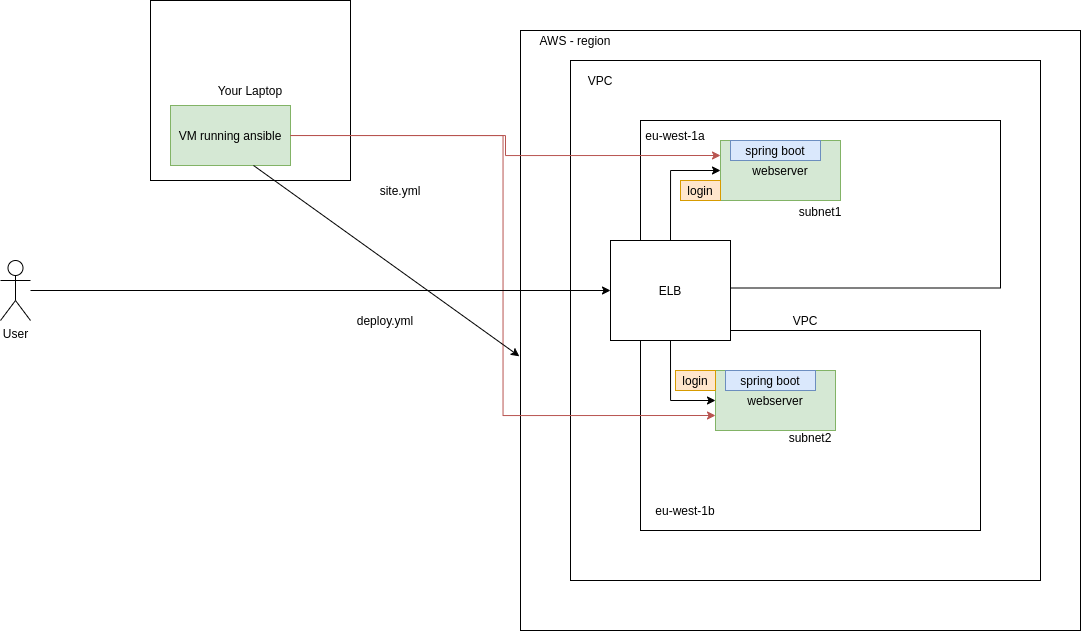
Earlier version of the draw.io export Setup.png (dev4cloud/ansible). Source tidied: cells renumbered, new cells last; positions are measured from the earlier drawing's top-left corner, leaving out a move shared by most shapes. Source of this version:
```xml
<mxGraphModel>
  <root>
    <mxCell id="0" />
    <mxCell id="1" parent="0" />
    <mxCell id="2" value="Your Laptop" style="rounded=0;whiteSpace=wrap;html=1;" parent="1" vertex="1">
      <mxGeometry x="150" width="200" height="180" as="geometry" />
    </mxCell>
    <mxCell id="3" value="VM running ansible" style="rounded=0;whiteSpace=wrap;html=1;fillColor=#d5e8d4;strokeColor=#82b366;" parent="1" vertex="1">
      <mxGeometry x="170" y="105" width="120" height="60" as="geometry" />
    </mxCell>
    <mxCell id="4" value="AWS" style="rounded=0;whiteSpace=wrap;html=1;" parent="1" vertex="1">
      <mxGeometry x="520" y="30" width="560" height="600" as="geometry" />
    </mxCell>
    <mxCell id="5" value="VPC" style="rounded=0;whiteSpace=wrap;html=1;" parent="1" vertex="1">
      <mxGeometry x="570" y="60" width="470" height="520" as="geometry" />
    </mxCell>
    <mxCell id="6" value="&lt;br&gt;subnet1" style="rounded=0;whiteSpace=wrap;html=1;" parent="1" vertex="1">
      <mxGeometry x="640" y="120" width="360" height="167.5" as="geometry" />
    </mxCell>
    <mxCell id="7" value="&lt;br&gt;subnet2" style="rounded=0;whiteSpace=wrap;html=1;" parent="1" vertex="1">
      <mxGeometry x="640" y="330" width="340" height="200" as="geometry" />
    </mxCell>
    <mxCell id="8" value="webserver" style="rounded=0;whiteSpace=wrap;html=1;fillColor=#d5e8d4;strokeColor=#82b366;" parent="1" vertex="1">
      <mxGeometry x="720" y="140" width="120" height="60" as="geometry" />
    </mxCell>
    <mxCell id="9" value="webserver" style="rounded=0;whiteSpace=wrap;html=1;fillColor=#d5e8d4;strokeColor=#82b366;" parent="1" vertex="1">
      <mxGeometry x="715" y="370" width="120" height="60" as="geometry" />
    </mxCell>
    <mxCell id="10" style="edgeStyle=orthogonalEdgeStyle;rounded=0;jettySize=auto;html=1;exitX=0.5;exitY=0;exitDx=0;exitDy=0;entryX=0;entryY=0.5;entryDx=0;entryDy=0;" parent="1" edge="1" source="12" target="8">
      <mxGeometry relative="1" as="geometry" />
    </mxCell>
    <mxCell id="11" style="edgeStyle=orthogonalEdgeStyle;rounded=0;jettySize=auto;html=1;exitX=0.5;exitY=1;exitDx=0;exitDy=0;entryX=0;entryY=0.5;entryDx=0;entryDy=0;" parent="1" edge="1" source="12" target="9">
      <mxGeometry relative="1" as="geometry" />
    </mxCell>
    <mxCell id="12" value="ELB" style="rounded=0;whiteSpace=wrap;html=1;" parent="1" vertex="1">
      <mxGeometry x="610" y="240" width="120" height="100" as="geometry" />
    </mxCell>
    <mxCell id="13" style="edgeStyle=orthogonalEdgeStyle;rounded=0;jettySize=auto;html=1;entryX=0;entryY=0.75;entryDx=0;entryDy=0;fillColor=#f8cecc;strokeColor=#b85450;" parent="1" edge="1" source="3" target="9">
      <mxGeometry relative="1" as="geometry" />
    </mxCell>
    <mxCell id="14" style="edgeStyle=orthogonalEdgeStyle;rounded=0;jettySize=auto;html=1;exitX=1;exitY=0.5;exitDx=0;exitDy=0;entryX=0;entryY=0.25;entryDx=0;entryDy=0;fillColor=#f8cecc;strokeColor=#b85450;" parent="1" edge="1" source="3" target="8">
      <mxGeometry relative="1" as="geometry" />
    </mxCell>
    <mxCell id="15" value="spring boot" style="rounded=0;whiteSpace=wrap;html=1;fillColor=#dae8fc;strokeColor=#6c8ebf;" parent="1" vertex="1">
      <mxGeometry x="730" y="140" width="90" height="20" as="geometry" />
    </mxCell>
    <mxCell id="16" value="spring boot" style="rounded=0;whiteSpace=wrap;html=1;fillColor=#dae8fc;strokeColor=#6c8ebf;" parent="1" vertex="1">
      <mxGeometry x="725" y="370" width="90" height="20" as="geometry" />
    </mxCell>
    <mxCell id="17" value="site.yml" style="text;html=1;strokeColor=none;fillColor=none;align=center;verticalAlign=middle;whiteSpace=wrap;rounded=0;" parent="1" vertex="1">
      <mxGeometry x="380" y="180" width="40" height="20" as="geometry" />
    </mxCell>
    <mxCell id="18" style="endArrow=classic;html=1;exitX=0.692;exitY=1;exitDx=0;exitDy=0;exitPerimeter=0;entryX=-0.002;entryY=0.543;entryDx=0;entryDy=0;entryPerimeter=0;" parent="1" edge="1" source="3" target="4">
      <mxGeometry relative="1" as="geometry" />
    </mxCell>
    <mxCell id="19" value="deploy.yml" style="text;html=1;strokeColor=none;fillColor=none;align=center;verticalAlign=middle;whiteSpace=wrap;rounded=0;" parent="1" vertex="1">
      <mxGeometry x="365" y="310" width="40" height="20" as="geometry" />
    </mxCell>
    <mxCell id="20" value="AWS - region" style="text;html=1;strokeColor=none;fillColor=none;align=center;verticalAlign=middle;whiteSpace=wrap;rounded=0;" parent="1" vertex="1">
      <mxGeometry x="520" y="30" width="110" height="20" as="geometry" />
    </mxCell>
    <mxCell id="21" value="VPC" style="text;html=1;strokeColor=none;fillColor=none;align=center;verticalAlign=middle;whiteSpace=wrap;rounded=0;" parent="1" vertex="1">
      <mxGeometry x="580" y="70" width="40" height="20" as="geometry" />
    </mxCell>
    <mxCell id="22" value="eu-west-1a" style="text;html=1;strokeColor=none;fillColor=none;align=center;verticalAlign=middle;whiteSpace=wrap;rounded=0;" parent="1" vertex="1">
      <mxGeometry x="630" y="125" width="90" height="20" as="geometry" />
    </mxCell>
    <mxCell id="23" value="eu-west-1b" style="text;html=1;strokeColor=none;fillColor=none;align=center;verticalAlign=middle;whiteSpace=wrap;rounded=0;" parent="1" vertex="1">
      <mxGeometry x="640" y="500" width="90" height="20" as="geometry" />
    </mxCell>
    <mxCell id="24" value="login" style="text;html=1;strokeColor=#d79b00;fillColor=#ffe6cc;align=center;verticalAlign=middle;whiteSpace=wrap;rounded=0;" parent="1" vertex="1">
      <mxGeometry x="680" y="180" width="40" height="20" as="geometry" />
    </mxCell>
    <mxCell id="25" value="login" style="text;html=1;strokeColor=#d79b00;fillColor=#ffe6cc;align=center;verticalAlign=middle;whiteSpace=wrap;rounded=0;" parent="1" vertex="1">
      <mxGeometry x="675" y="370" width="40" height="20" as="geometry" />
    </mxCell>
    <mxCell id="26" style="edgeStyle=orthogonalEdgeStyle;rounded=0;jettySize=auto;html=1;entryX=0;entryY=0.5;entryDx=0;entryDy=0;" parent="1" edge="1" source="27" target="12">
      <mxGeometry relative="1" as="geometry" />
    </mxCell>
    <mxCell id="27" value="User" style="shape=umlActor;verticalLabelPosition=bottom;labelBackgroundColor=#ffffff;verticalAlign=top;html=1;outlineConnect=0;" parent="1" vertex="1">
      <mxGeometry y="260" width="30" height="60" as="geometry" />
    </mxCell>
  </root>
</mxGraphModel>
```
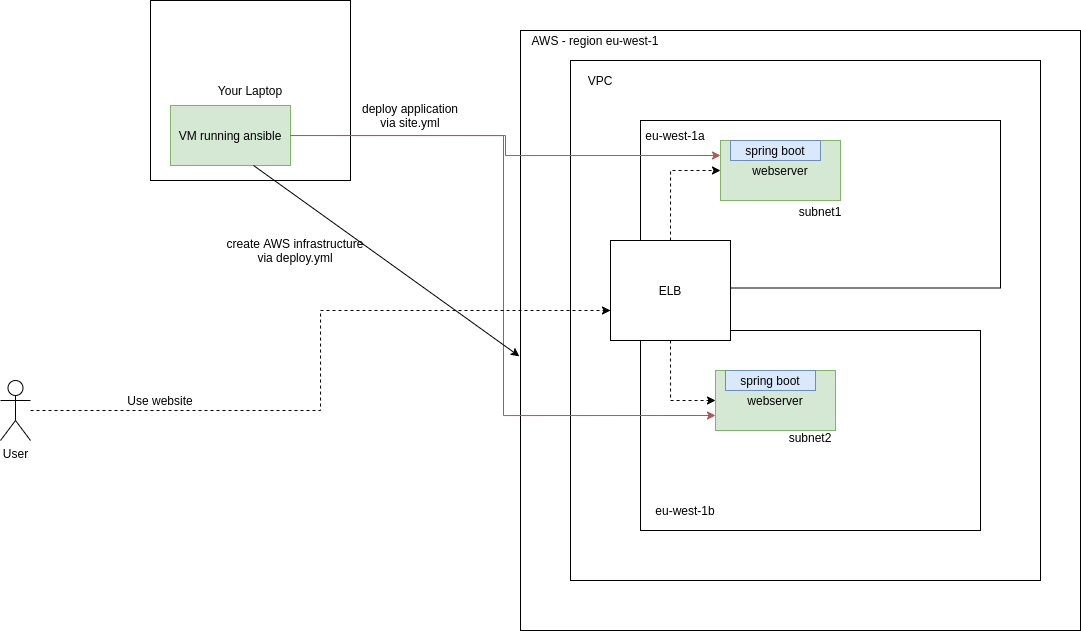
The same file after the commit.

What changed in the source:
```diff
@@ -11,7 +11,7 @@
     <mxCell id="4" value="AWS" style="rounded=0;whiteSpace=wrap;html=1;" parent="1" vertex="1">
       <mxGeometry x="520" y="30" width="560" height="600" as="geometry" />
     </mxCell>
-    <mxCell id="5" value="VPC" style="rounded=0;whiteSpace=wrap;html=1;" parent="1" vertex="1">
+    <mxCell id="5" style="rounded=0;whiteSpace=wrap;html=1;" parent="1" vertex="1">
       <mxGeometry x="570" y="60" width="470" height="520" as="geometry" />
     </mxCell>
     <mxCell id="6" value="&lt;br&gt;subnet1" style="rounded=0;whiteSpace=wrap;html=1;" parent="1" vertex="1">
@@ -26,17 +26,22 @@
     <mxCell id="9" value="webserver" style="rounded=0;whiteSpace=wrap;html=1;fillColor=#d5e8d4;strokeColor=#82b366;" parent="1" vertex="1">
       <mxGeometry x="715" y="370" width="120" height="60" as="geometry" />
     </mxCell>
-    <mxCell id="10" style="edgeStyle=orthogonalEdgeStyle;rounded=0;jettySize=auto;html=1;exitX=0.5;exitY=0;exitDx=0;exitDy=0;entryX=0;entryY=0.5;entryDx=0;entryDy=0;" parent="1" edge="1" source="12" target="8">
+    <mxCell id="10" style="edgeStyle=orthogonalEdgeStyle;rounded=0;jettySize=auto;html=1;exitX=0.5;exitY=0;exitDx=0;exitDy=0;entryX=0;entryY=0.5;entryDx=0;entryDy=0;dashed=1;" parent="1" edge="1" source="12" target="8">
       <mxGeometry relative="1" as="geometry" />
     </mxCell>
-    <mxCell id="11" style="edgeStyle=orthogonalEdgeStyle;rounded=0;jettySize=auto;html=1;exitX=0.5;exitY=1;exitDx=0;exitDy=0;entryX=0;entryY=0.5;entryDx=0;entryDy=0;" parent="1" edge="1" source="12" target="9">
+    <mxCell id="11" style="edgeStyle=orthogonalEdgeStyle;rounded=0;jettySize=auto;html=1;exitX=0.5;exitY=1;exitDx=0;exitDy=0;entryX=0;entryY=0.5;entryDx=0;entryDy=0;dashed=1;" parent="1" edge="1" source="12" target="9">
       <mxGeometry relative="1" as="geometry" />
     </mxCell>
     <mxCell id="12" value="ELB" style="rounded=0;whiteSpace=wrap;html=1;" parent="1" vertex="1">
       <mxGeometry x="610" y="240" width="120" height="100" as="geometry" />
     </mxCell>
     <mxCell id="13" style="edgeStyle=orthogonalEdgeStyle;rounded=0;jettySize=auto;html=1;entryX=0;entryY=0.75;entryDx=0;entryDy=0;fillColor=#f8cecc;strokeColor=#b85450;" parent="1" edge="1" source="3" target="9">
-      <mxGeometry relative="1" as="geometry" />
+      <mxGeometry relative="1" as="geometry">
+        <Array as="points">
+          <mxPoint x="503" y="135" />
+          <mxPoint x="503" y="415" />
+        </Array>
+      </mxGeometry>
     </mxCell>
     <mxCell id="14" style="edgeStyle=orthogonalEdgeStyle;rounded=0;jettySize=auto;html=1;exitX=1;exitY=0.5;exitDx=0;exitDy=0;entryX=0;entryY=0.25;entryDx=0;entryDy=0;fillColor=#f8cecc;strokeColor=#b85450;" parent="1" edge="1" source="3" target="8">
       <mxGeometry relative="1" as="geometry" />
@@ -47,17 +52,17 @@
     <mxCell id="16" value="spring boot" style="rounded=0;whiteSpace=wrap;html=1;fillColor=#dae8fc;strokeColor=#6c8ebf;" parent="1" vertex="1">
       <mxGeometry x="725" y="370" width="90" height="20" as="geometry" />
     </mxCell>
-    <mxCell id="17" value="site.yml" style="text;html=1;strokeColor=none;fillColor=none;align=center;verticalAlign=middle;whiteSpace=wrap;rounded=0;" parent="1" vertex="1">
-      <mxGeometry x="380" y="180" width="40" height="20" as="geometry" />
+    <mxCell id="17" value="deploy application via site.yml" style="text;html=1;strokeColor=none;fillColor=none;align=center;verticalAlign=middle;whiteSpace=wrap;rounded=0;" parent="1" vertex="1">
+      <mxGeometry x="360" y="105" width="100" height="20" as="geometry" />
     </mxCell>
     <mxCell id="18" style="endArrow=classic;html=1;exitX=0.692;exitY=1;exitDx=0;exitDy=0;exitPerimeter=0;entryX=-0.002;entryY=0.543;entryDx=0;entryDy=0;entryPerimeter=0;" parent="1" edge="1" source="3" target="4">
       <mxGeometry relative="1" as="geometry" />
     </mxCell>
-    <mxCell id="19" value="deploy.yml" style="text;html=1;strokeColor=none;fillColor=none;align=center;verticalAlign=middle;whiteSpace=wrap;rounded=0;" parent="1" vertex="1">
-      <mxGeometry x="365" y="310" width="40" height="20" as="geometry" />
+    <mxCell id="19" value="create AWS infrastructure via deploy.yml" style="text;html=1;strokeColor=none;fillColor=none;align=center;verticalAlign=middle;whiteSpace=wrap;rounded=0;" parent="1" vertex="1">
+      <mxGeometry x="220" y="240" width="150" height="20" as="geometry" />
     </mxCell>
-    <mxCell id="20" value="AWS - region" style="text;html=1;strokeColor=none;fillColor=none;align=center;verticalAlign=middle;whiteSpace=wrap;rounded=0;" parent="1" vertex="1">
-      <mxGeometry x="520" y="30" width="110" height="20" as="geometry" />
+    <mxCell id="20" value="AWS - region eu-west-1" style="text;html=1;strokeColor=none;fillColor=none;align=center;verticalAlign=middle;whiteSpace=wrap;rounded=0;" parent="1" vertex="1">
+      <mxGeometry x="520" y="30" width="150" height="20" as="geometry" />
     </mxCell>
     <mxCell id="21" value="VPC" style="text;html=1;strokeColor=none;fillColor=none;align=center;verticalAlign=middle;whiteSpace=wrap;rounded=0;" parent="1" vertex="1">
       <mxGeometry x="580" y="70" width="40" height="20" as="geometry" />
@@ -68,17 +73,21 @@
     <mxCell id="23" value="eu-west-1b" style="text;html=1;strokeColor=none;fillColor=none;align=center;verticalAlign=middle;whiteSpace=wrap;rounded=0;" parent="1" vertex="1">
       <mxGeometry x="640" y="500" width="90" height="20" as="geometry" />
     </mxCell>
-    <mxCell id="24" value="login" style="text;html=1;strokeColor=#d79b00;fillColor=#ffe6cc;align=center;verticalAlign=middle;whiteSpace=wrap;rounded=0;" parent="1" vertex="1">
-      <mxGeometry x="680" y="180" width="40" height="20" as="geometry" />
-    </mxCell>
-    <mxCell id="25" value="login" style="text;html=1;strokeColor=#d79b00;fillColor=#ffe6cc;align=center;verticalAlign=middle;whiteSpace=wrap;rounded=0;" parent="1" vertex="1">
-      <mxGeometry x="675" y="370" width="40" height="20" as="geometry" />
-    </mxCell>
-    <mxCell id="26" style="edgeStyle=orthogonalEdgeStyle;rounded=0;jettySize=auto;html=1;entryX=0;entryY=0.5;entryDx=0;entryDy=0;" parent="1" edge="1" source="27" target="12">
-      <mxGeometry relative="1" as="geometry" />
+    <mxCell id="26" style="edgeStyle=orthogonalEdgeStyle;rounded=0;jettySize=auto;html=1;dashed=1;" parent="1" edge="1" source="27">
+      <mxGeometry relative="1" as="geometry">
+        <mxPoint x="610" y="310" as="targetPoint" />
+        <Array as="points">
+          <mxPoint x="320" y="410" />
+          <mxPoint x="320" y="310" />
+          <mxPoint x="610" y="310" />
+        </Array>
+      </mxGeometry>
     </mxCell>
     <mxCell id="27" value="User" style="shape=umlActor;verticalLabelPosition=bottom;labelBackgroundColor=#ffffff;verticalAlign=top;html=1;outlineConnect=0;" parent="1" vertex="1">
-      <mxGeometry y="260" width="30" height="60" as="geometry" />
+      <mxGeometry y="380" width="30" height="60" as="geometry" />
     </mxCell>
+    <mxCell id="28" value="Use website" style="text;html=1;strokeColor=none;fillColor=none;align=center;verticalAlign=middle;whiteSpace=wrap;rounded=0;" parent="1" vertex="1">
+      <mxGeometry x="120" y="390" width="80" height="20" as="geometry" />
+    </mxCell>
   </root>
 </mxGraphModel>
```
